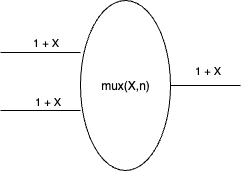
Before: assets/images/gameloop/mux.drawio.png, a diagram exported from draw.io (kevinclancy/kevinclancy.github.io). Source tidied: cells renumbered, new cells last; positions are measured from the earlier drawing's top-left corner, leaving out a move shared by most shapes. The source it was exported from:
```xml
<mxGraphModel>
  <root>
    <mxCell id="0" />
    <mxCell id="1" parent="0" />
    <mxCell id="2" value="mux(X,n)" style="ellipse;whiteSpace=wrap;html=1;" parent="1" vertex="1">
      <mxGeometry x="80" width="90" height="170" as="geometry" />
    </mxCell>
    <mxCell id="3" style="endArrow=none;html=1;rounded=0;entryX=0;entryY=0.306;entryDx=0;entryDy=0;entryPerimeter=0;" parent="1" edge="1" target="2">
      <mxGeometry relative="1" as="geometry">
        <mxPoint y="52" as="sourcePoint" />
      </mxGeometry>
    </mxCell>
    <mxCell id="4" value="1 + X" style="edgeLabel;html=1;align=center;verticalAlign=bottom;labelPosition=center;verticalLabelPosition=top;textShadow=0;" parent="3" vertex="1">
      <mxGeometry x="0.12" y="2" relative="1" as="geometry" />
    </mxCell>
    <mxCell id="5" style="endArrow=none;html=1;rounded=0;entryX=0;entryY=0.647;entryDx=0;entryDy=0;entryPerimeter=0;" parent="1" edge="1" target="2">
      <mxGeometry relative="1" as="geometry">
        <mxPoint y="110" as="sourcePoint" />
      </mxGeometry>
    </mxCell>
    <mxCell id="6" value="1 + X" style="edgeLabel;html=1;align=center;verticalAlign=bottom;labelPosition=center;verticalLabelPosition=top;" parent="5" vertex="1">
      <mxGeometry x="0.17" y="1" relative="1" as="geometry" />
    </mxCell>
    <mxCell id="7" style="endArrow=none;html=1;rounded=0;exitX=1;exitY=0.5;exitDx=0;exitDy=0;" parent="1" edge="1" source="2">
      <mxGeometry relative="1" as="geometry">
        <mxPoint x="240" y="85" as="targetPoint" />
      </mxGeometry>
    </mxCell>
    <mxCell id="8" value="1 + X" style="edgeLabel;html=1;align=center;verticalAlign=middle;" parent="7" vertex="1">
      <mxGeometry x="0.06" relative="1" as="geometry">
        <mxPoint y="-15" as="offset" />
      </mxGeometry>
    </mxCell>
  </root>
</mxGraphModel>
```
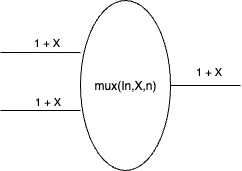
The same file after the commit.

The edit, as a diff of the source:
```diff
@@ -2,7 +2,7 @@
   <root>
     <mxCell id="0" />
     <mxCell id="1" parent="0" />
-    <mxCell id="2" value="mux(X,n)" style="ellipse;whiteSpace=wrap;html=1;" parent="1" vertex="1">
+    <mxCell id="2" value="mux(In,X,n)" style="ellipse;whiteSpace=wrap;html=1;" parent="1" vertex="1">
       <mxGeometry x="80" width="90" height="170" as="geometry" />
     </mxCell>
     <mxCell id="3" style="endArrow=none;html=1;rounded=0;entryX=0;entryY=0.306;entryDx=0;entryDy=0;entryPerimeter=0;" parent="1" edge="1" target="2">
```
